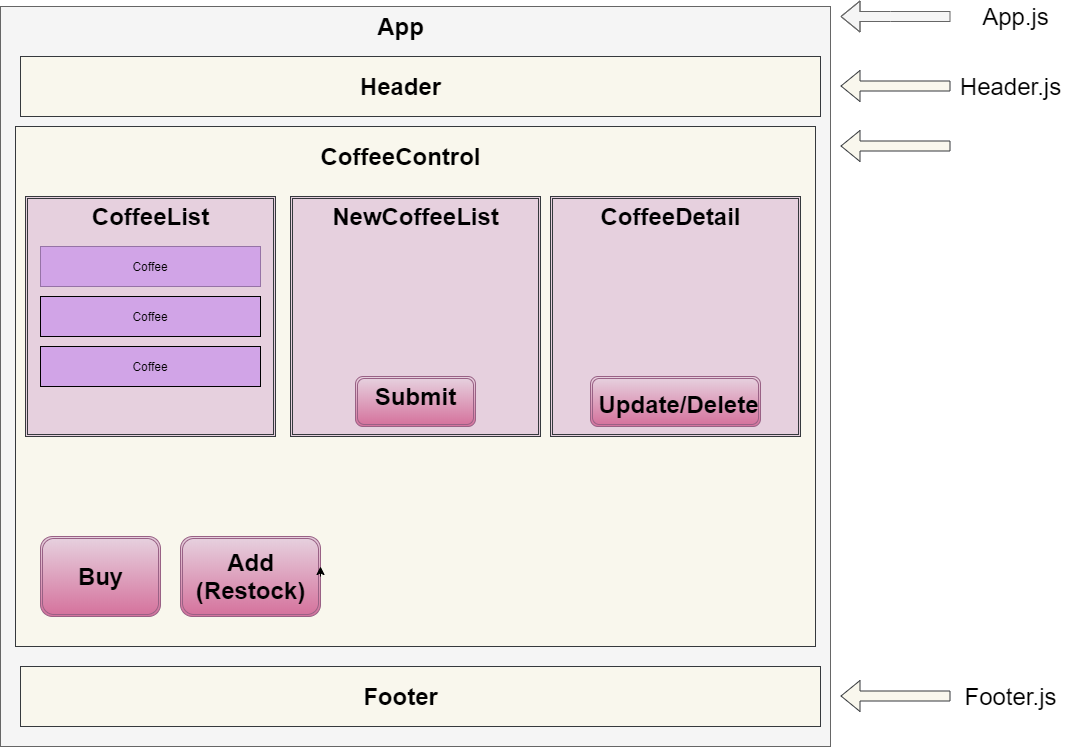
The draw.io diagram src/img/diagram.png in kristinaht/coffee-merch, before a commit. Source tidied: cells renumbered, new cells last; positions are measured from the earlier drawing's top-left corner, leaving out a move shared by most shapes.
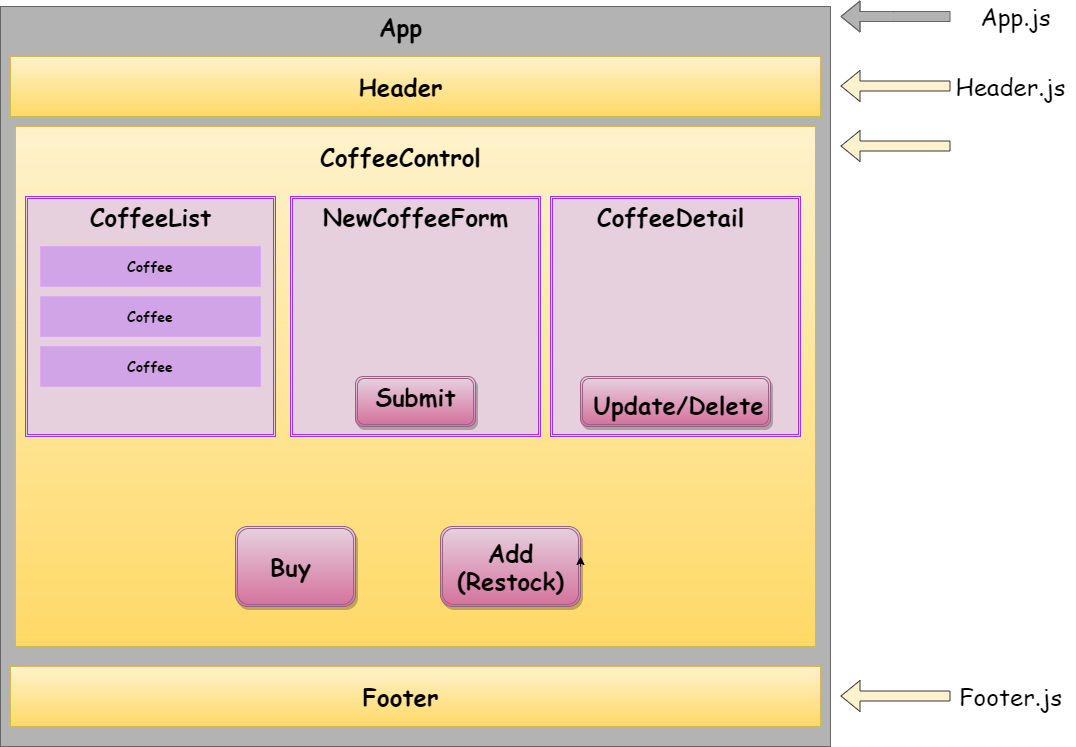
After the change.

Diff of the diagram source:
```diff
@@ -2,119 +2,119 @@
   <root>
     <mxCell id="0" />
     <mxCell id="1" parent="0" />
-    <mxCell id="2" style="rounded=0;whiteSpace=wrap;html=1;fillColor=#f5f5f5;strokeColor=#666666;fontColor=#333333;" parent="1" vertex="1">
+    <mxCell id="2" style="rounded=0;whiteSpace=wrap;html=1;fillColor=#B3B3B3;strokeColor=#666666;gradientColor=none;" parent="1" vertex="1">
       <mxGeometry width="830" height="740" as="geometry" />
     </mxCell>
-    <mxCell id="3" value="App" style="text;strokeColor=none;fillColor=none;html=1;fontSize=24;fontStyle=1;verticalAlign=middle;align=center;" parent="1" vertex="1">
+    <mxCell id="3" value="&lt;font&gt;App&lt;/font&gt;" style="text;strokeColor=none;fillColor=none;html=1;fontSize=24;fontStyle=1;verticalAlign=middle;align=center;fontFamily=Comic Sans MS;" parent="1" vertex="1">
       <mxGeometry x="350" width="100" height="40" as="geometry" />
     </mxCell>
-    <mxCell id="4" style="rounded=0;whiteSpace=wrap;html=1;fillColor=#f9f7ed;strokeColor=#36393d;" parent="1" vertex="1">
-      <mxGeometry x="20" y="50" width="800" height="60" as="geometry" />
+    <mxCell id="4" style="rounded=0;whiteSpace=wrap;html=1;fillColor=#fff2cc;strokeColor=#d6b656;gradientColor=#ffd966;fontFamily=Comic Sans MS;" parent="1" vertex="1">
+      <mxGeometry x="10" y="50" width="810" height="60" as="geometry" />
     </mxCell>
-    <mxCell id="5" value="Header" style="text;strokeColor=none;fillColor=none;html=1;fontSize=24;fontStyle=1;verticalAlign=middle;align=center;" parent="1" vertex="1">
+    <mxCell id="5" value="&lt;font&gt;Header&lt;/font&gt;" style="text;strokeColor=none;fillColor=none;html=1;fontSize=24;fontStyle=1;verticalAlign=middle;align=center;fontFamily=Comic Sans MS;" parent="1" vertex="1">
       <mxGeometry x="350" y="60" width="100" height="40" as="geometry" />
     </mxCell>
-    <mxCell id="6" style="rounded=0;whiteSpace=wrap;html=1;fillColor=#f9f7ed;strokeColor=#36393d;" parent="1" vertex="1">
+    <mxCell id="6" style="rounded=0;whiteSpace=wrap;html=1;fillColor=#fff2cc;strokeColor=#d6b656;gradientColor=#ffd966;shadow=0;glass=0;comic=0;fontFamily=Lucida Console;" parent="1" vertex="1">
       <mxGeometry x="15" y="120" width="800" height="520" as="geometry" />
     </mxCell>
-    <mxCell id="7" value="CoffeeControl" style="text;strokeColor=none;fillColor=none;html=1;fontSize=24;fontStyle=1;verticalAlign=middle;align=center;" parent="1" vertex="1">
-      <mxGeometry x="350" y="130" width="100" height="40" as="geometry" />
+    <mxCell id="7" style="rounded=0;whiteSpace=wrap;html=1;fillColor=#fff2cc;strokeColor=#d6b656;gradientColor=#ffd966;fontFamily=Comic Sans MS;" parent="1" vertex="1">
+      <mxGeometry x="10" y="660" width="810" height="60" as="geometry" />
     </mxCell>
-    <mxCell id="8" style="rounded=0;whiteSpace=wrap;html=1;fillColor=#f9f7ed;strokeColor=#36393d;" parent="1" vertex="1">
-      <mxGeometry x="20" y="660" width="800" height="60" as="geometry" />
+    <mxCell id="8" value="Footer" style="text;strokeColor=none;fillColor=none;html=1;fontSize=24;fontStyle=1;verticalAlign=middle;align=center;fontFamily=Comic Sans MS;" parent="1" vertex="1">
+      <mxGeometry x="350" y="670" width="100" height="40" as="geometry" />
     </mxCell>
-    <mxCell id="9" value="Footer" style="text;strokeColor=none;fillColor=none;html=1;fontSize=24;fontStyle=1;verticalAlign=middle;align=center;" parent="1" vertex="1">
-      <mxGeometry x="350" y="670" width="100" height="40" as="geometry" />
+    <mxCell id="9" style="shape=flexArrow;endArrow=classic;html=1;fillColor=#FFF2CC;strokeColor=#36393d;fontFamily=Comic Sans MS;" parent="1" edge="1">
+      <mxGeometry relative="1" as="geometry">
+        <mxPoint x="950" y="79.5" as="sourcePoint" />
+        <mxPoint x="840" y="79.5" as="targetPoint" />
+      </mxGeometry>
     </mxCell>
-    <mxCell id="10" style="shape=flexArrow;endArrow=classic;html=1;fillColor=#f9f7ed;strokeColor=#36393d;" parent="1" edge="1">
-      <mxGeometry relative="1" as="geometry">
-        <mxPoint x="950" y="79.5" as="sourcePoint" />
-        <mxPoint x="840" y="79.5" as="targetPoint" />
-      </mxGeometry>
+    <mxCell id="10" value="&lt;font style=&quot;font-size: 24px&quot;&gt;Header.js&lt;/font&gt;" style="text;html=1;align=center;verticalAlign=middle;fontFamily=Comic Sans MS;" parent="1" vertex="1">
+      <mxGeometry x="945" y="70" width="130" height="20" as="geometry" />
     </mxCell>
-    <mxCell id="11" value="&lt;font style=&quot;font-size: 24px&quot;&gt;Header.js&lt;/font&gt;" style="text;html=1;align=center;verticalAlign=middle;" parent="1" vertex="1">
-      <mxGeometry x="950" y="70" width="120" height="20" as="geometry" />
+    <mxCell id="11" style="shape=flexArrow;endArrow=classic;html=1;fillColor=#FFF2CC;strokeColor=#36393d;fontFamily=Comic Sans MS;" parent="1" edge="1">
+      <mxGeometry relative="1" as="geometry">
+        <mxPoint x="950" y="689.5" as="sourcePoint" />
+        <mxPoint x="840" y="689.5" as="targetPoint" />
+      </mxGeometry>
     </mxCell>
-    <mxCell id="12" style="shape=flexArrow;endArrow=classic;html=1;fillColor=#f9f7ed;strokeColor=#36393d;" parent="1" edge="1">
-      <mxGeometry relative="1" as="geometry">
-        <mxPoint x="950" y="689.5" as="sourcePoint" />
-        <mxPoint x="840" y="689.5" as="targetPoint" />
-      </mxGeometry>
+    <mxCell id="12" value="&lt;font style=&quot;font-size: 24px&quot;&gt;Footer.js&lt;/font&gt;" style="text;html=1;align=center;verticalAlign=middle;fontFamily=Comic Sans MS;" parent="1" vertex="1">
+      <mxGeometry x="950" y="680" width="120" height="20" as="geometry" />
     </mxCell>
-    <mxCell id="13" value="&lt;font style=&quot;font-size: 24px&quot;&gt;Footer.js&lt;/font&gt;" style="text;html=1;align=center;verticalAlign=middle;" parent="1" vertex="1">
-      <mxGeometry x="955" y="680" width="110" height="20" as="geometry" />
+    <mxCell id="13" style="shape=flexArrow;endArrow=classic;html=1;fillColor=#FFF2CC;strokeColor=#36393d;fontFamily=Comic Sans MS;" parent="1" edge="1">
+      <mxGeometry relative="1" as="geometry">
+        <mxPoint x="950" y="139.5" as="sourcePoint" />
+        <mxPoint x="840" y="139.5" as="targetPoint" />
+      </mxGeometry>
     </mxCell>
-    <mxCell id="14" style="shape=flexArrow;endArrow=classic;html=1;fillColor=#f9f7ed;strokeColor=#36393d;" parent="1" edge="1">
+    <mxCell id="14" style="shape=flexArrow;endArrow=classic;html=1;fillColor=#B3B3B3;strokeColor=#666666;fontFamily=Comic Sans MS;" parent="1" edge="1">
       <mxGeometry relative="1" as="geometry">
-        <mxPoint x="950" y="139.5" as="sourcePoint" />
-        <mxPoint x="840" y="139.5" as="targetPoint" />
+        <mxPoint x="950" y="10" as="sourcePoint" />
+        <mxPoint x="840" y="10" as="targetPoint" />
+        <Array as="points">
+          <mxPoint x="890" y="10" />
+        </Array>
       </mxGeometry>
     </mxCell>
-    <mxCell id="15" style="shape=flexArrow;endArrow=classic;html=1;fillColor=#f5f5f5;strokeColor=#666666;" parent="1" edge="1">
-      <mxGeometry relative="1" as="geometry">
-        <mxPoint x="950" y="10" as="sourcePoint" />
-        <mxPoint x="840" y="10" as="targetPoint" />
-        <Array as="points">
-          <mxPoint x="890" y="10" />
-        </Array>
-      </mxGeometry>
+    <mxCell id="15" value="&lt;font style=&quot;font-size: 24px&quot;&gt;App.js&lt;/font&gt;" style="text;html=1;align=center;verticalAlign=middle;fontFamily=Comic Sans MS;" parent="1" vertex="1">
+      <mxGeometry x="970" width="90" height="20" as="geometry" />
     </mxCell>
-    <mxCell id="16" value="&lt;font style=&quot;font-size: 24px&quot;&gt;App.js&lt;/font&gt;" style="text;html=1;align=center;verticalAlign=middle;" parent="1" vertex="1">
-      <mxGeometry x="975" width="80" height="20" as="geometry" />
+    <mxCell id="16" style="shape=ext;double=1;rounded=0;whiteSpace=wrap;html=1;fillColor=#E6D0DE;strokeColor=#9933FF;fontFamily=Comic Sans MS;" parent="1" vertex="1">
+      <mxGeometry x="25" y="190" width="250" height="240" as="geometry" />
     </mxCell>
-    <mxCell id="17" style="shape=ext;double=1;rounded=0;whiteSpace=wrap;html=1;fillColor=#E6D0DE;strokeColor=#36393d;" parent="1" vertex="1">
-      <mxGeometry x="25" y="190" width="250" height="240" as="geometry" />
+    <mxCell id="17" value="&lt;font style=&quot;font-size: 24px&quot;&gt;CoffeeList&lt;/font&gt;" style="text;strokeColor=none;fillColor=none;html=1;fontSize=24;fontStyle=1;verticalAlign=middle;align=center;fontFamily=Comic Sans MS;" parent="1" vertex="1">
+      <mxGeometry x="100" y="190" width="100" height="40" as="geometry" />
     </mxCell>
-    <mxCell id="18" value="&lt;font style=&quot;font-size: 24px&quot;&gt;CoffeeList&lt;/font&gt;" style="text;strokeColor=none;fillColor=none;html=1;fontSize=24;fontStyle=1;verticalAlign=middle;align=center;" parent="1" vertex="1">
-      <mxGeometry x="100" y="190" width="100" height="40" as="geometry" />
+    <mxCell id="18" value="&lt;font style=&quot;font-size: 14px&quot;&gt;Coffee&lt;/font&gt;" style="rounded=0;whiteSpace=wrap;html=1;fillColor=#D1A4E7;strokeColor=#DCA9F2;fontFamily=Comic Sans MS;fontStyle=1;" parent="1" vertex="1">
+      <mxGeometry x="40" y="240" width="220" height="40" as="geometry" />
     </mxCell>
-    <mxCell id="19" value="Coffee" style="rounded=0;whiteSpace=wrap;html=1;fillColor=#D1A4E7;strokeColor=#9673a6;" parent="1" vertex="1">
-      <mxGeometry x="40" y="240" width="220" height="40" as="geometry" />
+    <mxCell id="19" value="&lt;font style=&quot;font-size: 14px&quot;&gt;Coffee&lt;/font&gt;" style="rounded=0;whiteSpace=wrap;html=1;fillColor=#D1A4E7;fontFamily=Comic Sans MS;strokeColor=#DCA9F2;fontStyle=1;" parent="1" vertex="1">
+      <mxGeometry x="40" y="290" width="220" height="40" as="geometry" />
     </mxCell>
-    <mxCell id="20" value="Coffee" style="rounded=0;whiteSpace=wrap;html=1;fillColor=#D1A4E7;" parent="1" vertex="1">
-      <mxGeometry x="40" y="290" width="220" height="40" as="geometry" />
+    <mxCell id="20" value="&lt;font style=&quot;font-size: 14px&quot;&gt;Coffee&lt;/font&gt;" style="rounded=0;whiteSpace=wrap;html=1;fillColor=#D1A4E7;fontFamily=Comic Sans MS;strokeColor=#DCA9F2;fontStyle=1;" parent="1" vertex="1">
+      <mxGeometry x="40" y="340" width="220" height="40" as="geometry" />
     </mxCell>
-    <mxCell id="21" value="Coffee" style="rounded=0;whiteSpace=wrap;html=1;fillColor=#D1A4E7;" parent="1" vertex="1">
-      <mxGeometry x="40" y="340" width="220" height="40" as="geometry" />
+    <mxCell id="21" style="shape=ext;double=1;rounded=1;whiteSpace=wrap;html=1;fillColor=#E6D0DE;gradientColor=#D5739D;strokeColor=#996185;fontFamily=Comic Sans MS;shadow=1;" parent="1" vertex="1">
+      <mxGeometry x="235" y="520" width="120" height="80" as="geometry" />
     </mxCell>
-    <mxCell id="22" style="shape=ext;double=1;rounded=1;whiteSpace=wrap;html=1;fillColor=#E6D0DE;gradientColor=#D5739D;strokeColor=#996185;" parent="1" vertex="1">
-      <mxGeometry x="40" y="530" width="120" height="80" as="geometry" />
+    <mxCell id="22" value="Buy" style="text;strokeColor=none;fillColor=none;html=1;fontSize=24;fontStyle=1;verticalAlign=middle;align=center;fontFamily=Comic Sans MS;" parent="1" vertex="1">
+      <mxGeometry x="240" y="540" width="100" height="40" as="geometry" />
     </mxCell>
-    <mxCell id="23" value="Buy" style="text;strokeColor=none;fillColor=none;html=1;fontSize=24;fontStyle=1;verticalAlign=middle;align=center;" parent="1" vertex="1">
-      <mxGeometry x="50" y="550" width="100" height="40" as="geometry" />
+    <mxCell id="23" style="shape=ext;double=1;rounded=1;whiteSpace=wrap;html=1;fillColor=#e6d0de;gradientColor=#d5739d;strokeColor=#996185;fontFamily=Comic Sans MS;shadow=1;" parent="1" vertex="1">
+      <mxGeometry x="440" y="520" width="140" height="80" as="geometry" />
     </mxCell>
-    <mxCell id="24" style="shape=ext;double=1;rounded=1;whiteSpace=wrap;html=1;fillColor=#e6d0de;gradientColor=#d5739d;strokeColor=#996185;" parent="1" vertex="1">
-      <mxGeometry x="180" y="530" width="140" height="80" as="geometry" />
+    <mxCell id="24" value="Add&lt;br&gt;(Restock)" style="text;strokeColor=none;fillColor=none;html=1;fontSize=24;fontStyle=1;verticalAlign=middle;align=center;fontFamily=Comic Sans MS;" parent="1" vertex="1">
+      <mxGeometry x="460" y="540" width="100" height="40" as="geometry" />
     </mxCell>
-    <mxCell id="25" value="Add&lt;br&gt;(Restock)" style="text;strokeColor=none;fillColor=none;html=1;fontSize=24;fontStyle=1;verticalAlign=middle;align=center;" parent="1" vertex="1">
-      <mxGeometry x="200" y="550" width="100" height="40" as="geometry" />
+    <mxCell id="25" style="edgeStyle=orthogonalEdgeStyle;rounded=0;orthogonalLoop=1;jettySize=auto;html=1;exitX=1;exitY=0.5;exitDx=0;exitDy=0;entryX=1;entryY=0.375;entryDx=0;entryDy=0;entryPerimeter=0;fontFamily=Comic Sans MS;" parent="1" edge="1" source="23" target="23">
+      <mxGeometry relative="1" as="geometry" />
     </mxCell>
-    <mxCell id="26" style="edgeStyle=orthogonalEdgeStyle;rounded=0;orthogonalLoop=1;jettySize=auto;html=1;exitX=1;exitY=0.5;exitDx=0;exitDy=0;entryX=1;entryY=0.375;entryDx=0;entryDy=0;entryPerimeter=0;" parent="1" edge="1" source="24" target="24">
-      <mxGeometry relative="1" as="geometry" />
+    <mxCell id="26" style="shape=ext;double=1;rounded=0;whiteSpace=wrap;html=1;fillColor=#E6D0DE;strokeColor=#9933FF;fontFamily=Comic Sans MS;" parent="1" vertex="1">
+      <mxGeometry x="290" y="190" width="250" height="240" as="geometry" />
     </mxCell>
-    <mxCell id="27" style="shape=ext;double=1;rounded=0;whiteSpace=wrap;html=1;fillColor=#E6D0DE;strokeColor=#36393d;" parent="1" vertex="1">
-      <mxGeometry x="290" y="190" width="250" height="240" as="geometry" />
+    <mxCell id="27" style="shape=ext;double=1;rounded=0;whiteSpace=wrap;html=1;fillColor=#E6D0DE;strokeColor=#9933FF;fontFamily=Comic Sans MS;" parent="1" vertex="1">
+      <mxGeometry x="550" y="190" width="250" height="240" as="geometry" />
     </mxCell>
-    <mxCell id="28" style="shape=ext;double=1;rounded=0;whiteSpace=wrap;html=1;fillColor=#E6D0DE;strokeColor=#36393d;" parent="1" vertex="1">
-      <mxGeometry x="550" y="190" width="250" height="240" as="geometry" />
+    <mxCell id="28" value="&lt;font style=&quot;font-size: 24px&quot;&gt;NewCoffeeForm&lt;/font&gt;" style="text;strokeColor=none;fillColor=none;html=1;fontSize=24;fontStyle=1;verticalAlign=middle;align=center;fontFamily=Comic Sans MS;" parent="1" vertex="1">
+      <mxGeometry x="365" y="190" width="100" height="40" as="geometry" />
     </mxCell>
-    <mxCell id="29" value="&lt;font style=&quot;font-size: 24px&quot;&gt;NewCoffeeList&lt;/font&gt;" style="text;strokeColor=none;fillColor=none;html=1;fontSize=24;fontStyle=1;verticalAlign=middle;align=center;" parent="1" vertex="1">
-      <mxGeometry x="365" y="190" width="100" height="40" as="geometry" />
+    <mxCell id="29" style="shape=ext;double=1;rounded=1;whiteSpace=wrap;html=1;fillColor=#E6D0DE;gradientColor=#D5739D;strokeColor=#996185;fontFamily=Comic Sans MS;shadow=1;" parent="1" vertex="1">
+      <mxGeometry x="355" y="370" width="120" height="50" as="geometry" />
     </mxCell>
-    <mxCell id="30" style="shape=ext;double=1;rounded=1;whiteSpace=wrap;html=1;fillColor=#E6D0DE;gradientColor=#D5739D;strokeColor=#996185;" parent="1" vertex="1">
-      <mxGeometry x="355" y="370" width="120" height="50" as="geometry" />
+    <mxCell id="30" value="Submit" style="text;strokeColor=none;fillColor=none;html=1;fontSize=24;fontStyle=1;verticalAlign=middle;align=center;fontFamily=Comic Sans MS;" parent="1" vertex="1">
+      <mxGeometry x="365" y="370" width="100" height="40" as="geometry" />
     </mxCell>
-    <mxCell id="31" value="Submit" style="text;strokeColor=none;fillColor=none;html=1;fontSize=24;fontStyle=1;verticalAlign=middle;align=center;" parent="1" vertex="1">
-      <mxGeometry x="365" y="370" width="100" height="40" as="geometry" />
+    <mxCell id="31" style="shape=ext;double=1;rounded=1;whiteSpace=wrap;html=1;fillColor=#E6D0DE;gradientColor=#D5739D;strokeColor=#996185;fontFamily=Comic Sans MS;shadow=1;" parent="1" vertex="1">
+      <mxGeometry x="580" y="370" width="190" height="50" as="geometry" />
     </mxCell>
-    <mxCell id="32" style="shape=ext;double=1;rounded=1;whiteSpace=wrap;html=1;fillColor=#E6D0DE;gradientColor=#D5739D;strokeColor=#996185;" parent="1" vertex="1">
-      <mxGeometry x="590" y="370" width="170" height="50" as="geometry" />
+    <mxCell id="32" value="Update/Delete" style="text;strokeColor=none;fillColor=none;html=1;fontSize=24;fontStyle=1;verticalAlign=middle;align=center;fontFamily=Comic Sans MS;" parent="1" vertex="1">
+      <mxGeometry x="630" y="380" width="95" height="35" as="geometry" />
     </mxCell>
-    <mxCell id="33" value="Update/Delete" style="text;strokeColor=none;fillColor=none;html=1;fontSize=24;fontStyle=1;verticalAlign=middle;align=center;" parent="1" vertex="1">
-      <mxGeometry x="630" y="380" width="95" height="35" as="geometry" />
+    <mxCell id="33" value="CoffeeDetail" style="text;strokeColor=none;fillColor=none;html=1;fontSize=24;fontStyle=1;verticalAlign=middle;align=center;fontFamily=Comic Sans MS;" parent="1" vertex="1">
+      <mxGeometry x="620" y="190" width="100" height="40" as="geometry" />
     </mxCell>
-    <mxCell id="34" value="CoffeeDetail" style="text;strokeColor=none;fillColor=none;html=1;fontSize=24;fontStyle=1;verticalAlign=middle;align=center;" parent="1" vertex="1">
-      <mxGeometry x="620" y="190" width="100" height="40" as="geometry" />
+    <mxCell id="34" value="CoffeeControl" style="text;strokeColor=none;fillColor=none;html=1;fontSize=24;fontStyle=1;verticalAlign=middle;align=center;fontFamily=Comic Sans MS;" parent="1" vertex="1">
+      <mxGeometry x="350" y="130" width="100" height="40" as="geometry" />
     </mxCell>
   </root>
 </mxGraphModel>
```
